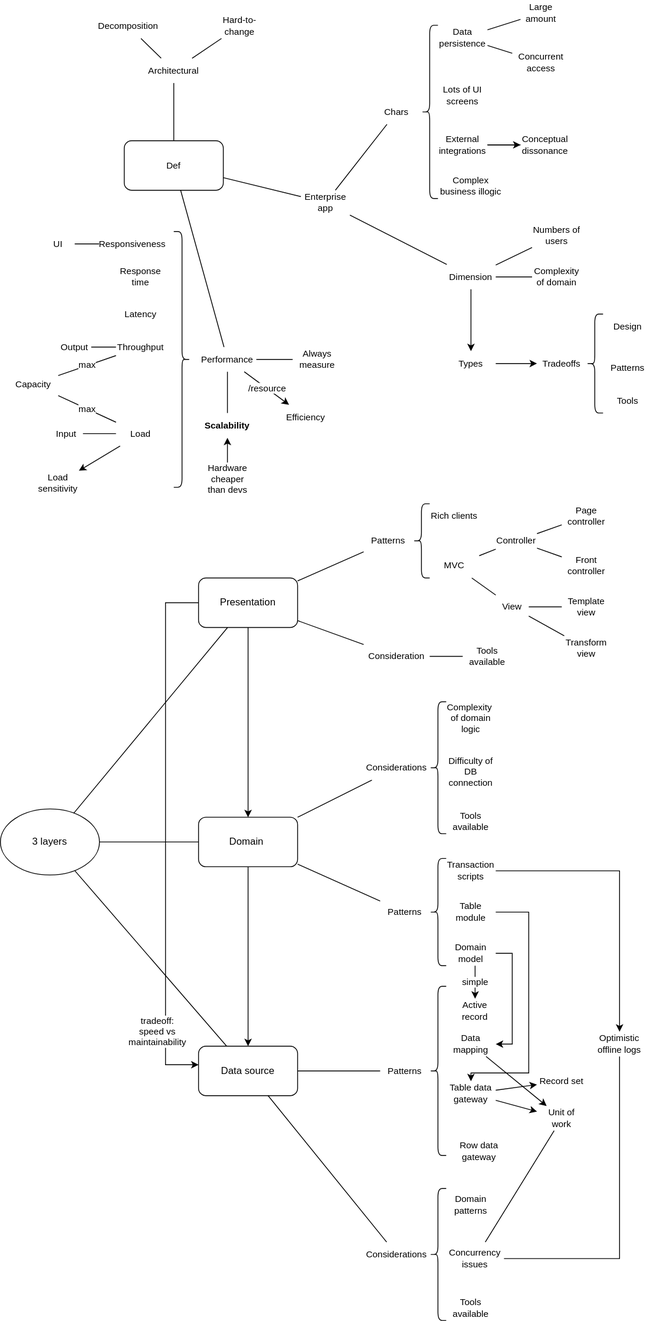
The draw.io diagram information-technology/resources/patterns-of-enterprise-app-architecture.drawio.svg in hungcq/knowledge-repo, before a commit. Source tidied: cells renumbered, new cells last; positions are measured from the earlier drawing's top-left corner, leaving out a move shared by most shapes.
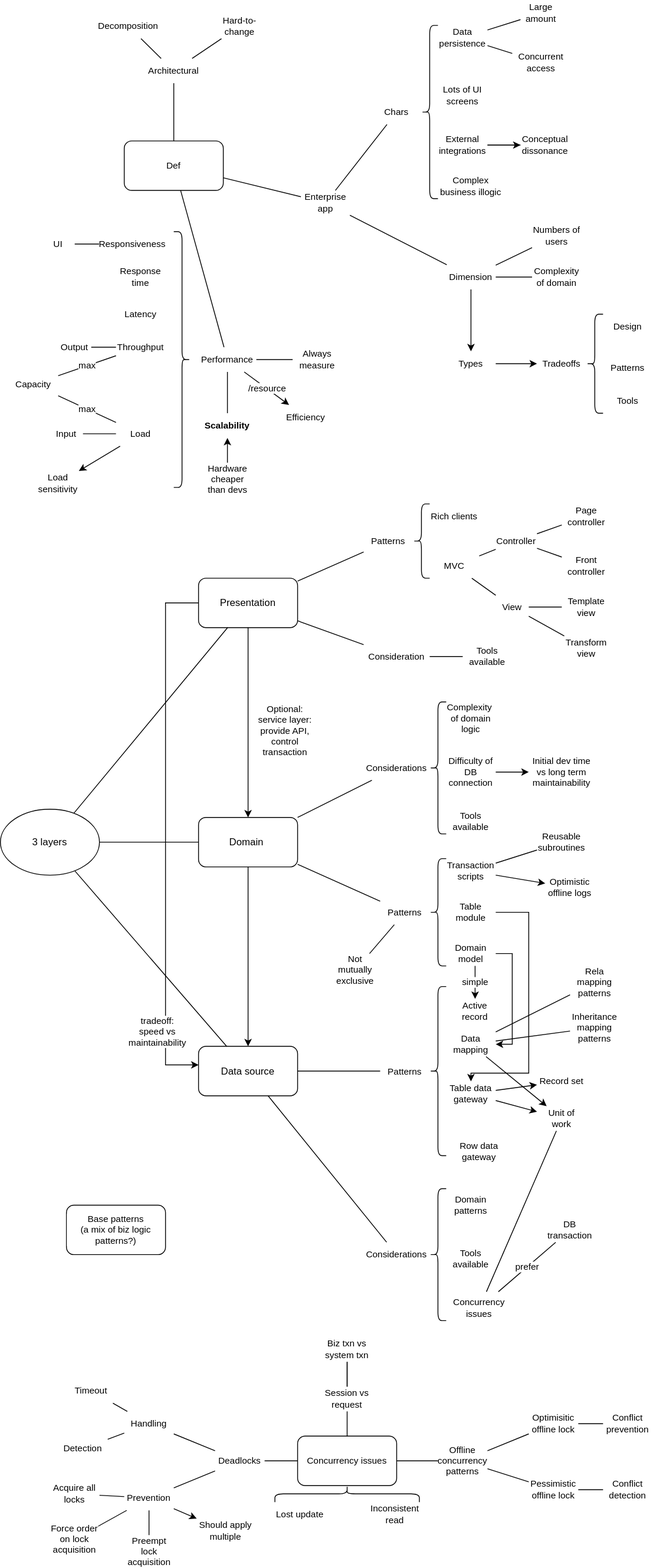
Above is the later version.

The edit, as a diff of the source:
```diff
@@ -63,2 +63,5 @@
     </mxCell>
+    <mxCell id="135" style="edgeStyle=none;shape=connector;rounded=0;jettySize=auto;html=1;strokeColor=default;align=center;verticalAlign=middle;fontFamily=Helvetica;fontSize=11;fontColor=default;labelBackgroundColor=default;endArrow=classic;endFill=1;" parent="1" edge="1" source="20" target="142">
+      <mxGeometry relative="1" as="geometry" />
+    </mxCell>
     <mxCell id="20" value="Difficulty of DB connection" style="text;html=1;align=center;verticalAlign=middle;whiteSpace=wrap;rounded=0;fontFamily=Helvetica;fontSize=11;fontColor=default;labelBackgroundColor=default;" parent="1" vertex="1">
@@ -72,5 +75,8 @@
     </mxCell>
-    <mxCell id="23" style="edgeStyle=orthogonalEdgeStyle;shape=connector;rounded=0;jettySize=auto;html=1;strokeColor=default;align=center;verticalAlign=middle;fontFamily=Helvetica;fontSize=11;fontColor=default;labelBackgroundColor=default;endArrow=classic;endFill=1;" parent="1" edge="1" source="24" target="48">
+    <mxCell id="23" style="shape=connector;rounded=0;jettySize=auto;html=1;strokeColor=default;align=center;verticalAlign=middle;fontFamily=Helvetica;fontSize=11;fontColor=default;labelBackgroundColor=default;endArrow=classic;endFill=1;" parent="1" edge="1" source="24" target="48">
       <mxGeometry relative="1" as="geometry" />
     </mxCell>
+    <mxCell id="136" style="edgeStyle=none;shape=connector;rounded=0;jettySize=auto;html=1;strokeColor=default;align=center;verticalAlign=middle;fontFamily=Helvetica;fontSize=11;fontColor=default;labelBackgroundColor=default;endArrow=none;endFill=0;" parent="1" edge="1" source="24" target="141">
+      <mxGeometry relative="1" as="geometry" />
+    </mxCell>
     <mxCell id="24" value="Transaction scripts" style="text;html=1;align=center;verticalAlign=middle;whiteSpace=wrap;rounded=0;fontFamily=Helvetica;fontSize=11;fontColor=default;labelBackgroundColor=default;" parent="1" vertex="1">
@@ -112,2 +118,5 @@
     </mxCell>
+    <mxCell id="137" style="edgeStyle=none;shape=connector;rounded=0;jettySize=auto;html=1;strokeColor=default;align=center;verticalAlign=middle;fontFamily=Helvetica;fontSize=11;fontColor=default;labelBackgroundColor=default;endArrow=none;endFill=0;" parent="1" edge="1" source="31" target="143">
+      <mxGeometry relative="1" as="geometry" />
+    </mxCell>
     <mxCell id="31" value="Patterns" style="text;html=1;align=center;verticalAlign=middle;whiteSpace=wrap;rounded=0;fontFamily=Helvetica;fontSize=11;fontColor=default;labelBackgroundColor=default;" parent="1" vertex="1">
@@ -139,2 +148,8 @@
     </mxCell>
+    <mxCell id="138" style="edgeStyle=none;shape=connector;rounded=0;jettySize=auto;html=1;strokeColor=default;align=center;verticalAlign=middle;fontFamily=Helvetica;fontSize=11;fontColor=default;labelBackgroundColor=default;endArrow=none;endFill=0;" parent="1" edge="1" source="40" target="146">
+      <mxGeometry relative="1" as="geometry" />
+    </mxCell>
+    <mxCell id="139" style="edgeStyle=none;shape=connector;rounded=0;jettySize=auto;html=1;strokeColor=default;align=center;verticalAlign=middle;fontFamily=Helvetica;fontSize=11;fontColor=default;labelBackgroundColor=default;endArrow=none;endFill=0;" parent="1" edge="1" source="40" target="145">
+      <mxGeometry relative="1" as="geometry" />
+    </mxCell>
     <mxCell id="40" value="Data mapping" style="text;html=1;align=center;verticalAlign=middle;whiteSpace=wrap;rounded=0;fontFamily=Helvetica;fontSize=11;fontColor=default;labelBackgroundColor=default;" parent="1" vertex="1">
@@ -148,5 +163,2 @@
     </mxCell>
-    <mxCell id="43" style="edgeStyle=orthogonalEdgeStyle;shape=connector;rounded=0;jettySize=auto;html=1;strokeColor=default;align=center;verticalAlign=middle;fontFamily=Helvetica;fontSize=11;fontColor=default;labelBackgroundColor=default;endArrow=none;endFill=0;" parent="1" edge="1" source="45" target="48">
-      <mxGeometry relative="1" as="geometry" />
-    </mxCell>
     <mxCell id="44" style="edgeStyle=none;shape=connector;rounded=0;jettySize=auto;html=1;strokeColor=default;align=center;verticalAlign=middle;fontFamily=Helvetica;fontSize=11;fontColor=default;labelBackgroundColor=default;endArrow=none;endFill=0;" parent="1" edge="1" source="45" target="51">
@@ -154,7 +166,10 @@
     </mxCell>
+    <mxCell id="140" value="prefer" style="edgeStyle=none;shape=connector;rounded=0;jettySize=auto;html=1;strokeColor=default;align=center;verticalAlign=middle;fontFamily=Helvetica;fontSize=11;fontColor=default;labelBackgroundColor=default;endArrow=none;endFill=0;" parent="1" edge="1" source="45" target="147">
+      <mxGeometry relative="1" as="geometry" />
+    </mxCell>
     <mxCell id="45" value="Concurrency issues" style="text;html=1;align=center;verticalAlign=middle;whiteSpace=wrap;rounded=0;fontFamily=Helvetica;fontSize=11;fontColor=default;labelBackgroundColor=default;" parent="1" vertex="1">
-      <mxGeometry x="540" y="1505" width="70" height="40" as="geometry" />
+      <mxGeometry x="545" y="1565" width="70" height="40" as="geometry" />
     </mxCell>
     <mxCell id="46" value="Tools available" style="text;html=1;align=center;verticalAlign=middle;whiteSpace=wrap;rounded=0;fontFamily=Helvetica;fontSize=11;fontColor=default;labelBackgroundColor=default;" parent="1" vertex="1">
-      <mxGeometry x="540" y="1570" width="60" height="30" as="geometry" />
+      <mxGeometry x="540" y="1510" width="60" height="30" as="geometry" />
     </mxCell>
@@ -164,3 +179,3 @@
     <mxCell id="48" value="Optimistic offline logs" style="text;html=1;align=center;verticalAlign=middle;whiteSpace=wrap;rounded=0;fontFamily=Helvetica;fontSize=11;fontColor=default;labelBackgroundColor=default;" parent="1" vertex="1">
-      <mxGeometry x="720" y="1250" width="60" height="30" as="geometry" />
+      <mxGeometry x="660" y="1060" width="60" height="30" as="geometry" />
     </mxCell>
@@ -424,2 +439,137 @@
     </mxCell>
+    <mxCell id="141" value="Reusable subroutines" style="text;html=1;align=center;verticalAlign=middle;whiteSpace=wrap;rounded=0;fontFamily=Helvetica;fontSize=11;fontColor=default;labelBackgroundColor=default;" parent="1" vertex="1">
+      <mxGeometry x="650" y="1005" width="60" height="30" as="geometry" />
+    </mxCell>
+    <mxCell id="142" value="Initial dev time vs long term maintainability" style="text;html=1;align=center;verticalAlign=middle;whiteSpace=wrap;rounded=0;fontFamily=Helvetica;fontSize=11;fontColor=default;labelBackgroundColor=default;" parent="1" vertex="1">
+      <mxGeometry x="640" y="912.5" width="80" height="45" as="geometry" />
+    </mxCell>
+    <mxCell id="143" value="Not mutually exclusive" style="text;html=1;align=center;verticalAlign=middle;whiteSpace=wrap;rounded=0;fontFamily=Helvetica;fontSize=11;fontColor=default;labelBackgroundColor=default;" parent="1" vertex="1">
+      <mxGeometry x="400" y="1155" width="60" height="40" as="geometry" />
+    </mxCell>
+    <mxCell id="144" value="Optional: service layer: provide API, control transaction" style="text;html=1;align=center;verticalAlign=middle;whiteSpace=wrap;rounded=0;fontFamily=Helvetica;fontSize=11;fontColor=default;labelBackgroundColor=default;" parent="1" vertex="1">
+      <mxGeometry x="305" y="855" width="80" height="60" as="geometry" />
+    </mxCell>
+    <mxCell id="145" value="Rela mapping patterns" style="text;html=1;align=center;verticalAlign=middle;whiteSpace=wrap;rounded=0;fontFamily=Helvetica;fontSize=11;fontColor=default;labelBackgroundColor=default;" parent="1" vertex="1">
+      <mxGeometry x="690" y="1170" width="60" height="40" as="geometry" />
+    </mxCell>
+    <mxCell id="146" value="Inheritance mapping patterns" style="text;html=1;align=center;verticalAlign=middle;whiteSpace=wrap;rounded=0;fontFamily=Helvetica;fontSize=11;fontColor=default;labelBackgroundColor=default;" parent="1" vertex="1">
+      <mxGeometry x="690" y="1230" width="60" height="30" as="geometry" />
+    </mxCell>
+    <mxCell id="147" value="DB transaction" style="text;html=1;align=center;verticalAlign=middle;whiteSpace=wrap;rounded=0;fontFamily=Helvetica;fontSize=11;fontColor=default;labelBackgroundColor=default;" parent="1" vertex="1">
+      <mxGeometry x="660" y="1475" width="60" height="30" as="geometry" />
+    </mxCell>
+    <mxCell id="148" style="edgeStyle=none;shape=connector;rounded=0;jettySize=auto;html=1;strokeColor=default;align=center;verticalAlign=middle;fontFamily=Helvetica;fontSize=11;fontColor=default;labelBackgroundColor=default;endArrow=none;endFill=0;" parent="1" edge="1" source="150" target="152">
+      <mxGeometry relative="1" as="geometry" />
+    </mxCell>
+    <mxCell id="149" style="edgeStyle=none;shape=connector;rounded=0;jettySize=auto;html=1;strokeColor=default;align=center;verticalAlign=middle;fontFamily=Helvetica;fontSize=11;fontColor=default;labelBackgroundColor=default;endArrow=none;endFill=0;" parent="1" edge="1" source="150" target="154">
+      <mxGeometry relative="1" as="geometry" />
+    </mxCell>
+    <mxCell id="150" value="Offline concurrency&lt;div&gt;patterns&lt;/div&gt;" style="text;html=1;align=center;verticalAlign=middle;whiteSpace=wrap;rounded=0;fontFamily=Helvetica;fontSize=11;fontColor=default;labelBackgroundColor=default;" parent="1" vertex="1">
+      <mxGeometry x="530" y="1750" width="60" height="40" as="geometry" />
+    </mxCell>
+    <mxCell id="151" style="edgeStyle=none;shape=connector;rounded=0;jettySize=auto;html=1;strokeColor=default;align=center;verticalAlign=middle;fontFamily=Helvetica;fontSize=11;fontColor=default;labelBackgroundColor=default;endArrow=none;endFill=0;" parent="1" edge="1" source="152" target="158">
+      <mxGeometry relative="1" as="geometry" />
+    </mxCell>
+    <mxCell id="152" value="Optimisitic offline lock" style="text;html=1;align=center;verticalAlign=middle;whiteSpace=wrap;rounded=0;fontFamily=Helvetica;fontSize=11;fontColor=default;labelBackgroundColor=default;" parent="1" vertex="1">
+      <mxGeometry x="640" y="1710" width="60" height="30" as="geometry" />
+    </mxCell>
+    <mxCell id="153" style="edgeStyle=none;shape=connector;rounded=0;jettySize=auto;html=1;strokeColor=default;align=center;verticalAlign=middle;fontFamily=Helvetica;fontSize=11;fontColor=default;labelBackgroundColor=default;endArrow=none;endFill=0;" parent="1" edge="1" source="154" target="159">
+      <mxGeometry relative="1" as="geometry" />
+    </mxCell>
+    <mxCell id="154" value="Pessimistic offline lock" style="text;html=1;align=center;verticalAlign=middle;whiteSpace=wrap;rounded=0;fontFamily=Helvetica;fontSize=11;fontColor=default;labelBackgroundColor=default;" parent="1" vertex="1">
+      <mxGeometry x="640" y="1790" width="60" height="30" as="geometry" />
+    </mxCell>
+    <mxCell id="155" value="Lost update" style="text;html=1;align=center;verticalAlign=middle;whiteSpace=wrap;rounded=0;fontFamily=Helvetica;fontSize=11;fontColor=default;labelBackgroundColor=default;" parent="1" vertex="1">
+      <mxGeometry x="332.5" y="1820" width="60" height="30" as="geometry" />
+    </mxCell>
+    <mxCell id="156" value="Inconsistent read" style="text;html=1;align=center;verticalAlign=middle;whiteSpace=wrap;rounded=0;fontFamily=Helvetica;fontSize=11;fontColor=default;labelBackgroundColor=default;" parent="1" vertex="1">
+      <mxGeometry x="447.5" y="1820" width="60" height="30" as="geometry" />
+    </mxCell>
+    <mxCell id="157" style="shape=curlyBracket;whiteSpace=wrap;html=1;rounded=1;flipH=1;labelPosition=right;verticalLabelPosition=middle;align=left;verticalAlign=middle;fontFamily=Helvetica;fontSize=11;fontColor=default;labelBackgroundColor=default;direction=south;" parent="1" vertex="1">
+      <mxGeometry x="332.5" y="1800" width="175" height="20" as="geometry" />
+    </mxCell>
+    <mxCell id="158" value="Conflict prevention" style="text;html=1;align=center;verticalAlign=middle;whiteSpace=wrap;rounded=0;fontFamily=Helvetica;fontSize=11;fontColor=default;labelBackgroundColor=default;" parent="1" vertex="1">
+      <mxGeometry x="730" y="1710" width="60" height="30" as="geometry" />
+    </mxCell>
+    <mxCell id="159" value="Conflict detection" style="text;html=1;align=center;verticalAlign=middle;whiteSpace=wrap;rounded=0;fontFamily=Helvetica;fontSize=11;fontColor=default;labelBackgroundColor=default;" parent="1" vertex="1">
+      <mxGeometry x="730" y="1790" width="60" height="30" as="geometry" />
+    </mxCell>
+    <mxCell id="160" style="edgeStyle=none;shape=connector;rounded=0;jettySize=auto;html=1;strokeColor=default;align=center;verticalAlign=middle;fontFamily=Helvetica;fontSize=11;fontColor=default;labelBackgroundColor=default;endArrow=none;endFill=0;" parent="1" edge="1" source="162" target="150">
+      <mxGeometry relative="1" as="geometry" />
+    </mxCell>
+    <mxCell id="161" style="edgeStyle=none;shape=connector;rounded=0;jettySize=auto;html=1;strokeColor=default;align=center;verticalAlign=middle;fontFamily=Helvetica;fontSize=11;fontColor=default;labelBackgroundColor=default;endArrow=none;endFill=0;" parent="1" edge="1" source="184" target="182">
+      <mxGeometry relative="1" as="geometry" />
+    </mxCell>
+    <mxCell id="162" value="Concurrency issues" style="rounded=1;whiteSpace=wrap;html=1;fontFamily=Helvetica;fontSize=11;fontColor=default;labelBackgroundColor=default;" parent="1" vertex="1">
+      <mxGeometry x="360" y="1740" width="120" height="60" as="geometry" />
+    </mxCell>
+    <mxCell id="163" style="edgeStyle=none;shape=connector;rounded=0;jettySize=auto;html=1;strokeColor=default;align=center;verticalAlign=middle;fontFamily=Helvetica;fontSize=11;fontColor=default;labelBackgroundColor=default;endArrow=none;endFill=0;" parent="1" edge="1" source="166" target="169">
+      <mxGeometry relative="1" as="geometry" />
+    </mxCell>
+    <mxCell id="164" style="edgeStyle=none;shape=connector;rounded=0;jettySize=auto;html=1;strokeColor=default;align=center;verticalAlign=middle;fontFamily=Helvetica;fontSize=11;fontColor=default;labelBackgroundColor=default;endArrow=none;endFill=0;" parent="1" edge="1" source="166" target="176">
+      <mxGeometry relative="1" as="geometry" />
+    </mxCell>
+    <mxCell id="165" style="edgeStyle=none;shape=connector;rounded=0;jettySize=auto;html=1;strokeColor=default;align=center;verticalAlign=middle;fontFamily=Helvetica;fontSize=11;fontColor=default;labelBackgroundColor=default;endArrow=none;endFill=0;" parent="1" edge="1" source="166" target="162">
+      <mxGeometry relative="1" as="geometry" />
+    </mxCell>
+    <mxCell id="166" value="Deadlocks" style="text;html=1;align=center;verticalAlign=middle;whiteSpace=wrap;rounded=0;fontFamily=Helvetica;fontSize=11;fontColor=default;labelBackgroundColor=default;" parent="1" vertex="1">
+      <mxGeometry x="260" y="1755" width="60" height="30" as="geometry" />
+    </mxCell>
+    <mxCell id="167" style="edgeStyle=none;shape=connector;rounded=0;jettySize=auto;html=1;strokeColor=default;align=center;verticalAlign=middle;fontFamily=Helvetica;fontSize=11;fontColor=default;labelBackgroundColor=default;endArrow=none;endFill=0;" parent="1" edge="1" source="169" target="170">
+      <mxGeometry relative="1" as="geometry" />
+    </mxCell>
+    <mxCell id="168" style="edgeStyle=none;shape=connector;rounded=0;jettySize=auto;html=1;strokeColor=default;align=center;verticalAlign=middle;fontFamily=Helvetica;fontSize=11;fontColor=default;labelBackgroundColor=default;endArrow=none;endFill=0;" parent="1" edge="1" source="169" target="171">
+      <mxGeometry relative="1" as="geometry" />
+    </mxCell>
+    <mxCell id="169" value="Handling" style="text;html=1;align=center;verticalAlign=middle;whiteSpace=wrap;rounded=0;fontFamily=Helvetica;fontSize=11;fontColor=default;labelBackgroundColor=default;" parent="1" vertex="1">
+      <mxGeometry x="150" y="1710" width="60" height="30" as="geometry" />
+    </mxCell>
+    <mxCell id="170" value="Timeout" style="text;html=1;align=center;verticalAlign=middle;whiteSpace=wrap;rounded=0;fontFamily=Helvetica;fontSize=11;fontColor=default;labelBackgroundColor=default;" parent="1" vertex="1">
+      <mxGeometry x="80" y="1670" width="60" height="30" as="geometry" />
+    </mxCell>
+    <mxCell id="171" value="Detection" style="text;html=1;align=center;verticalAlign=middle;whiteSpace=wrap;rounded=0;fontFamily=Helvetica;fontSize=11;fontColor=default;labelBackgroundColor=default;" parent="1" vertex="1">
+      <mxGeometry x="70" y="1740" width="60" height="30" as="geometry" />
+    </mxCell>
+    <mxCell id="172" style="edgeStyle=none;shape=connector;rounded=0;jettySize=auto;html=1;strokeColor=default;align=center;verticalAlign=middle;fontFamily=Helvetica;fontSize=11;fontColor=default;labelBackgroundColor=default;endArrow=none;endFill=0;" parent="1" edge="1" source="176" target="178">
+      <mxGeometry relative="1" as="geometry" />
+    </mxCell>
+    <mxCell id="173" style="edgeStyle=none;shape=connector;rounded=0;jettySize=auto;html=1;strokeColor=default;align=center;verticalAlign=middle;fontFamily=Helvetica;fontSize=11;fontColor=default;labelBackgroundColor=default;endArrow=none;endFill=0;" parent="1" edge="1" source="176" target="177">
+      <mxGeometry relative="1" as="geometry" />
+    </mxCell>
+    <mxCell id="174" style="edgeStyle=none;shape=connector;rounded=0;jettySize=auto;html=1;strokeColor=default;align=center;verticalAlign=middle;fontFamily=Helvetica;fontSize=11;fontColor=default;labelBackgroundColor=default;endArrow=none;endFill=0;" parent="1" edge="1" source="176" target="179">
+      <mxGeometry relative="1" as="geometry" />
+    </mxCell>
+    <mxCell id="175" style="edgeStyle=none;shape=connector;rounded=0;jettySize=auto;html=1;strokeColor=default;align=center;verticalAlign=middle;fontFamily=Helvetica;fontSize=11;fontColor=default;labelBackgroundColor=default;endArrow=classic;endFill=1;" parent="1" edge="1" source="176" target="180">
+      <mxGeometry relative="1" as="geometry" />
+    </mxCell>
+    <mxCell id="176" value="Prevention" style="text;html=1;align=center;verticalAlign=middle;whiteSpace=wrap;rounded=0;fontFamily=Helvetica;fontSize=11;fontColor=default;labelBackgroundColor=default;" parent="1" vertex="1">
+      <mxGeometry x="150" y="1800" width="60" height="30" as="geometry" />
+    </mxCell>
+    <mxCell id="177" value="Acquire all locks" style="text;html=1;align=center;verticalAlign=middle;whiteSpace=wrap;rounded=0;fontFamily=Helvetica;fontSize=11;fontColor=default;labelBackgroundColor=default;" parent="1" vertex="1">
+      <mxGeometry x="60" y="1795" width="60" height="30" as="geometry" />
+    </mxCell>
+    <mxCell id="178" value="Force order on lock acquisition" style="text;html=1;align=center;verticalAlign=middle;whiteSpace=wrap;rounded=0;fontFamily=Helvetica;fontSize=11;fontColor=default;labelBackgroundColor=default;" parent="1" vertex="1">
+      <mxGeometry x="60" y="1850" width="60" height="30" as="geometry" />
+    </mxCell>
+    <mxCell id="179" value="Preempt lock acquisition" style="text;html=1;align=center;verticalAlign=middle;whiteSpace=wrap;rounded=0;fontFamily=Helvetica;fontSize=11;fontColor=default;labelBackgroundColor=default;" parent="1" vertex="1">
+      <mxGeometry x="147.5" y="1860" width="65" height="40" as="geometry" />
+    </mxCell>
+    <mxCell id="180" value="Should apply multiple" style="text;html=1;align=center;verticalAlign=middle;whiteSpace=wrap;rounded=0;fontFamily=Helvetica;fontSize=11;fontColor=default;labelBackgroundColor=default;" parent="1" vertex="1">
+      <mxGeometry x="237.5" y="1840" width="70" height="30" as="geometry" />
+    </mxCell>
+    <mxCell id="181" style="edgeStyle=none;shape=connector;rounded=0;jettySize=auto;html=1;strokeColor=default;align=center;verticalAlign=middle;fontFamily=Helvetica;fontSize=11;fontColor=default;labelBackgroundColor=default;endArrow=none;endFill=0;" parent="1" edge="1" source="184" target="182">
+      <mxGeometry relative="1" as="geometry" />
+    </mxCell>
+    <mxCell id="182" value="Biz txn vs system txn" style="text;html=1;align=center;verticalAlign=middle;whiteSpace=wrap;rounded=0;fontFamily=Helvetica;fontSize=11;fontColor=default;labelBackgroundColor=default;" parent="1" vertex="1">
+      <mxGeometry x="386.2" y="1620" width="67.5" height="30" as="geometry" />
+    </mxCell>
+    <mxCell id="183" style="edgeStyle=none;shape=connector;rounded=0;jettySize=auto;html=1;strokeColor=default;align=center;verticalAlign=middle;fontFamily=Helvetica;fontSize=11;fontColor=default;labelBackgroundColor=default;endArrow=none;endFill=0;" parent="1" edge="1" source="162" target="184">
+      <mxGeometry relative="1" as="geometry" />
+    </mxCell>
+    <mxCell id="184" value="Session vs request" style="text;html=1;align=center;verticalAlign=middle;whiteSpace=wrap;rounded=0;fontFamily=Helvetica;fontSize=11;fontColor=default;labelBackgroundColor=default;" parent="1" vertex="1">
+      <mxGeometry x="390" y="1680" width="60" height="30" as="geometry" />
+    </mxCell>
+    <mxCell id="185" value="Base patterns&lt;br&gt;(a mix of biz logic patterns?)" style="rounded=1;whiteSpace=wrap;html=1;fontFamily=Helvetica;fontSize=11;fontColor=default;labelBackgroundColor=default;" parent="1" vertex="1">
+      <mxGeometry x="80" y="1460" width="120" height="60" as="geometry" />
+    </mxCell>
   </root>
```
